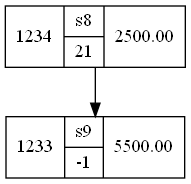
This is Cliente/src/assets/arboles/inventario.png from RojasCJP/EDD_VirtualMall_201900289, a Graphviz export, as it was before one commit. Its source is kept beside it as Cliente/src/assets/graphviz/inventario.dot.
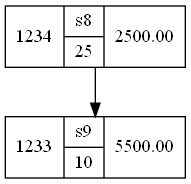
The same file after the commit.

Diff of the diagram source:
```diff
@@ -1,6 +1,6 @@
 digraph arbol{
   node [shape=record]
-"1233" [label="1233|{s9|-1}|5500.00"]
-"1234" [label="1234|{s8|21}|2500.00"]
+"1233" [label="1233|{s9|10}|5500.00"]
+"1234" [label="1234|{s8|25}|2500.00"]
 "1234"->"1233"
 }
```
